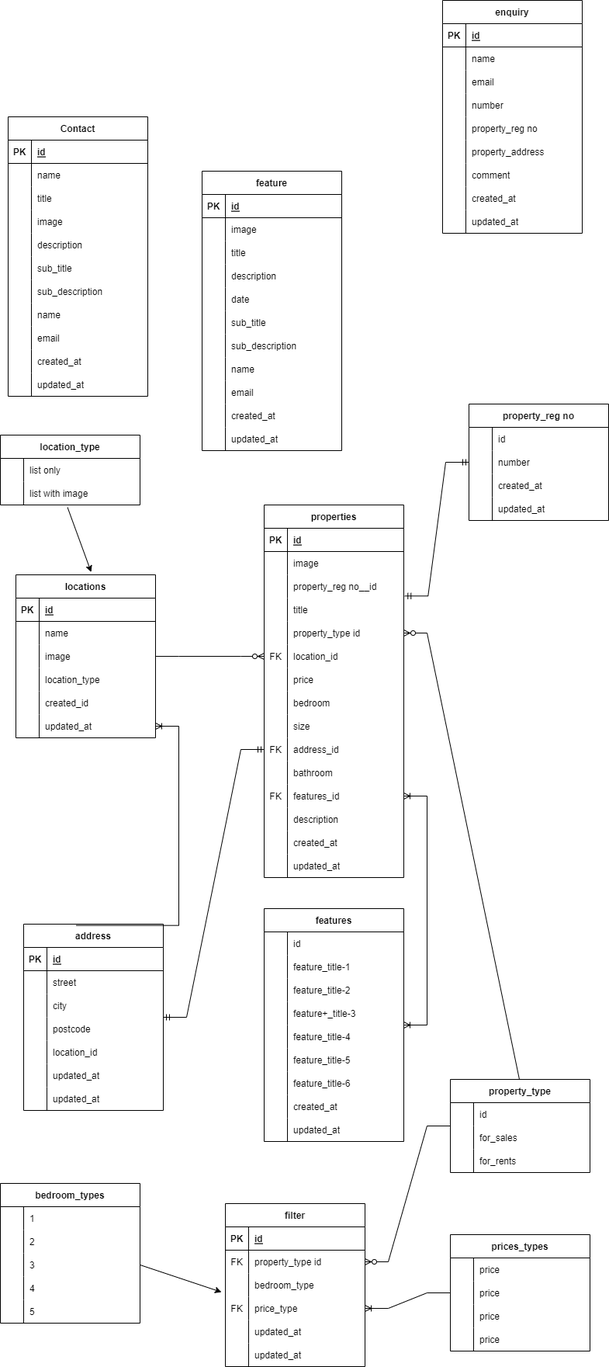
This is Estate database diagram.drawio.png from cullkid/text-animation, a draw.io export, as it was before one commit. Source tidied: cells renumbered, new cells last; positions are measured from the earlier drawing's top-left corner, leaving out a move shared by most shapes.
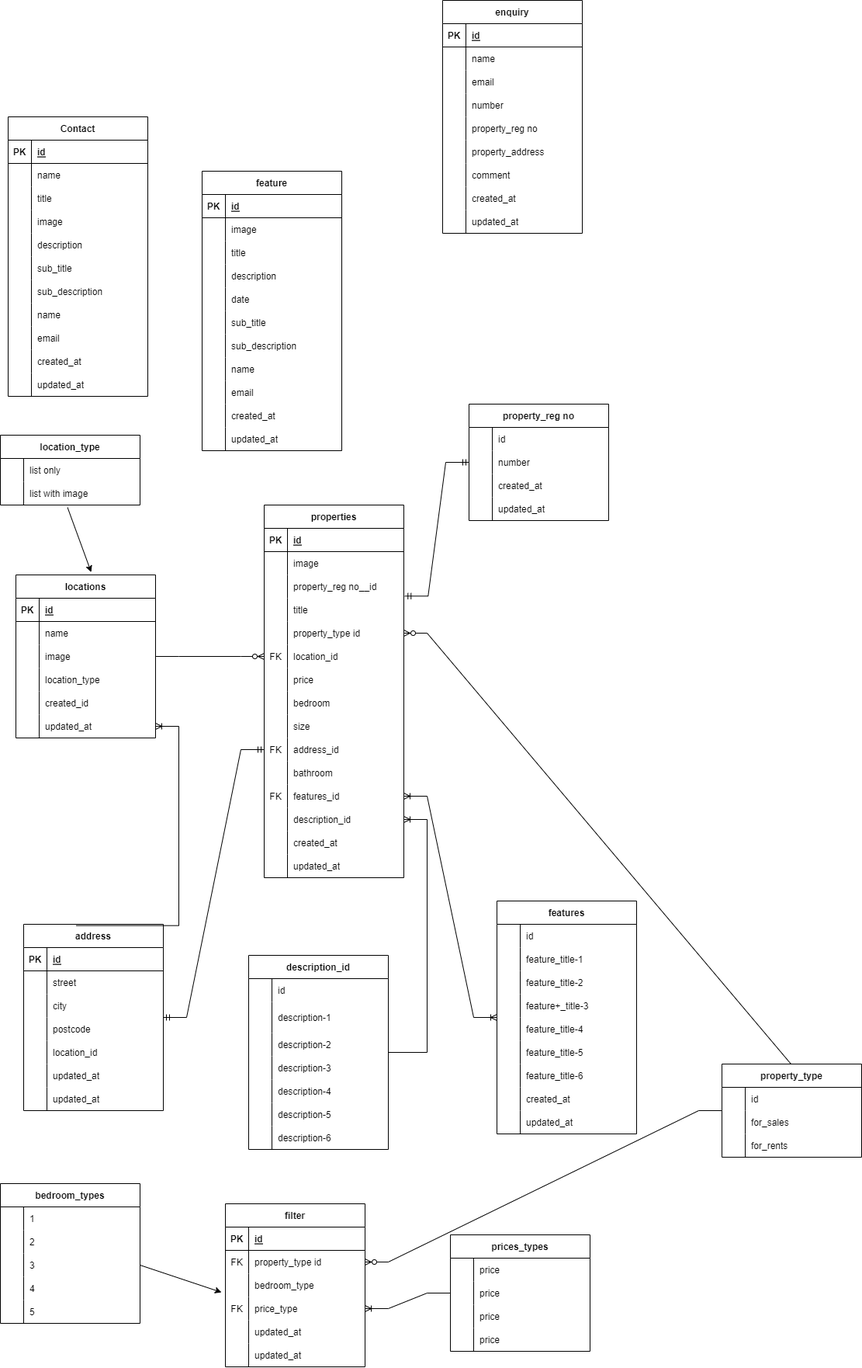
Later version of the same file.

What changed in the source:
```diff
@@ -119,7 +119,7 @@
     <mxCell id="40" style="shape=partialRectangle;fillColor=none;top=0;left=0;bottom=0;right=0;overflow=hidden;" parent="39" vertex="1">
       <mxGeometry width="30" height="30" as="geometry" />
     </mxCell>
-    <mxCell id="41" value="description" style="shape=partialRectangle;fillColor=none;top=0;left=0;bottom=0;right=0;align=left;spacingLeft=6;overflow=hidden;" parent="39" vertex="1">
+    <mxCell id="41" value="description_id" style="shape=partialRectangle;fillColor=none;top=0;left=0;bottom=0;right=0;align=left;spacingLeft=6;overflow=hidden;" parent="39" vertex="1">
       <mxGeometry x="30" width="150" height="30" as="geometry" />
     </mxCell>
     <mxCell id="42" style="shape=tableRow;horizontal=0;startSize=0;swimlaneHead=0;swimlaneBody=0;fillColor=none;top=0;left=0;right=0;bottom=0;" parent="2" vertex="1">
@@ -297,7 +297,7 @@
       <mxGeometry relative="1" as="geometry" />
     </mxCell>
     <mxCell id="100" value="features" style="shape=table;startSize=30;rowLines=0;fontStyle=1;align=center;" parent="1" vertex="1">
-      <mxGeometry x="340" y="1170" width="180" height="300" as="geometry" />
+      <mxGeometry x="640" y="1160" width="180" height="300" as="geometry" />
     </mxCell>
     <mxCell id="101" style="shape=tableRow;horizontal=0;startSize=0;swimlaneHead=0;swimlaneBody=0;fillColor=none;top=0;left=0;right=0;bottom=0;" parent="100" vertex="1">
       <mxGeometry y="30" width="180" height="30" as="geometry" />
@@ -627,7 +627,7 @@
       <mxGeometry x="30" width="150" height="30" as="geometry" />
     </mxCell>
     <mxCell id="210" value="property_type" style="shape=table;startSize=30;rowLines=0;fontStyle=1;align=center;" parent="1" vertex="1">
-      <mxGeometry x="580" y="1390" width="180" height="120" as="geometry" />
+      <mxGeometry x="930" y="1370" width="180" height="120" as="geometry" />
     </mxCell>
     <mxCell id="211" style="shape=tableRow;horizontal=0;startSize=0;swimlaneHead=0;swimlaneBody=0;fillColor=none;top=0;left=0;right=0;bottom=0;" parent="210" vertex="1">
       <mxGeometry y="30" width="180" height="30" as="geometry" />
@@ -899,5 +899,74 @@
     <mxCell id="300" style="edgeStyle=entityRelationEdgeStyle;fontSize=12;html=1;endArrow=ERmandOne;startArrow=ERmandOne;rounded=0;exitX=1.007;exitY=0.91;exitDx=0;exitDy=0;exitPerimeter=0;" parent="1" edge="1" source="9" target="287">
       <mxGeometry relative="1" as="geometry" />
     </mxCell>
+    <mxCell id="301" value="description_id" style="shape=table;startSize=30;rowLines=0;fontStyle=1;align=center;" parent="1" vertex="1">
+      <mxGeometry x="320" y="1230" width="180" height="250" as="geometry" />
+    </mxCell>
+    <mxCell id="302" style="shape=tableRow;horizontal=0;startSize=0;swimlaneHead=0;swimlaneBody=0;fillColor=none;top=0;left=0;right=0;bottom=0;" parent="301" vertex="1">
+      <mxGeometry y="30" width="180" height="30" as="geometry" />
+    </mxCell>
+    <mxCell id="303" style="shape=partialRectangle;fillColor=none;top=0;left=0;bottom=0;right=0;overflow=hidden;" parent="302" vertex="1">
+      <mxGeometry width="30" height="30" as="geometry" />
+    </mxCell>
+    <mxCell id="304" value="id" style="shape=partialRectangle;fillColor=none;top=0;left=0;bottom=0;right=0;align=left;spacingLeft=6;overflow=hidden;" parent="302" vertex="1">
+      <mxGeometry x="30" width="150" height="30" as="geometry" />
+    </mxCell>
+    <mxCell id="305" style="shape=tableRow;horizontal=0;startSize=0;swimlaneHead=0;swimlaneBody=0;fillColor=none;top=0;left=0;right=0;bottom=0;" parent="301" vertex="1">
+      <mxGeometry y="60" width="180" height="40" as="geometry" />
+    </mxCell>
+    <mxCell id="306" style="shape=partialRectangle;fillColor=none;top=0;left=0;bottom=0;right=0;overflow=hidden;" parent="305" vertex="1">
+      <mxGeometry width="30" height="40" as="geometry" />
+    </mxCell>
+    <mxCell id="307" value="description-1" style="shape=partialRectangle;fillColor=none;top=0;left=0;bottom=0;right=0;align=left;spacingLeft=6;overflow=hidden;" parent="305" vertex="1">
+      <mxGeometry x="30" width="150" height="40" as="geometry" />
+    </mxCell>
+    <mxCell id="308" style="shape=tableRow;horizontal=0;startSize=0;swimlaneHead=0;swimlaneBody=0;fillColor=none;top=0;left=0;right=0;bottom=0;" parent="301" vertex="1">
+      <mxGeometry y="100" width="180" height="30" as="geometry" />
+    </mxCell>
+    <mxCell id="309" style="shape=partialRectangle;fillColor=none;top=0;left=0;bottom=0;right=0;overflow=hidden;" parent="308" vertex="1">
+      <mxGeometry width="30" height="30" as="geometry" />
+    </mxCell>
+    <mxCell id="310" value="description-2" style="shape=partialRectangle;fillColor=none;top=0;left=0;bottom=0;right=0;align=left;spacingLeft=6;overflow=hidden;" parent="308" vertex="1">
+      <mxGeometry x="30" width="150" height="30" as="geometry" />
+    </mxCell>
+    <mxCell id="311" style="shape=tableRow;horizontal=0;startSize=0;swimlaneHead=0;swimlaneBody=0;fillColor=none;top=0;left=0;right=0;bottom=0;" parent="301" vertex="1">
+      <mxGeometry y="130" width="180" height="30" as="geometry" />
+    </mxCell>
+    <mxCell id="312" style="shape=partialRectangle;fillColor=none;top=0;left=0;bottom=0;right=0;overflow=hidden;" parent="311" vertex="1">
+      <mxGeometry width="30" height="30" as="geometry" />
+    </mxCell>
+    <mxCell id="313" value="description-3" style="shape=partialRectangle;fillColor=none;top=0;left=0;bottom=0;right=0;align=left;spacingLeft=6;overflow=hidden;" parent="311" vertex="1">
+      <mxGeometry x="30" width="150" height="30" as="geometry" />
+    </mxCell>
+    <mxCell id="314" style="shape=tableRow;horizontal=0;startSize=0;swimlaneHead=0;swimlaneBody=0;fillColor=none;top=0;left=0;right=0;bottom=0;" parent="301" vertex="1">
+      <mxGeometry y="160" width="180" height="30" as="geometry" />
+    </mxCell>
+    <mxCell id="315" style="shape=partialRectangle;fillColor=none;top=0;left=0;bottom=0;right=0;overflow=hidden;" parent="314" vertex="1">
+      <mxGeometry width="30" height="30" as="geometry" />
+    </mxCell>
+    <mxCell id="316" value="description-4" style="shape=partialRectangle;fillColor=none;top=0;left=0;bottom=0;right=0;align=left;spacingLeft=6;overflow=hidden;" parent="314" vertex="1">
+      <mxGeometry x="30" width="150" height="30" as="geometry" />
+    </mxCell>
+    <mxCell id="317" style="shape=tableRow;horizontal=0;startSize=0;swimlaneHead=0;swimlaneBody=0;fillColor=none;top=0;left=0;right=0;bottom=0;" parent="301" vertex="1">
+      <mxGeometry y="190" width="180" height="30" as="geometry" />
+    </mxCell>
+    <mxCell id="318" style="shape=partialRectangle;fillColor=none;top=0;left=0;bottom=0;right=0;overflow=hidden;" parent="317" vertex="1">
+      <mxGeometry width="30" height="30" as="geometry" />
+    </mxCell>
+    <mxCell id="319" value="description-5" style="shape=partialRectangle;fillColor=none;top=0;left=0;bottom=0;right=0;align=left;spacingLeft=6;overflow=hidden;" parent="317" vertex="1">
+      <mxGeometry x="30" width="150" height="30" as="geometry" />
+    </mxCell>
+    <mxCell id="320" style="shape=tableRow;horizontal=0;startSize=0;swimlaneHead=0;swimlaneBody=0;fillColor=none;top=0;left=0;right=0;bottom=0;" parent="301" vertex="1">
+      <mxGeometry y="220" width="180" height="30" as="geometry" />
+    </mxCell>
+    <mxCell id="321" style="shape=partialRectangle;fillColor=none;top=0;left=0;bottom=0;right=0;overflow=hidden;" parent="320" vertex="1">
+      <mxGeometry width="30" height="30" as="geometry" />
+    </mxCell>
+    <mxCell id="322" value="description-6" style="shape=partialRectangle;fillColor=none;top=0;left=0;bottom=0;right=0;align=left;spacingLeft=6;overflow=hidden;" parent="320" vertex="1">
+      <mxGeometry x="30" width="150" height="30" as="geometry" />
+    </mxCell>
+    <mxCell id="323" style="edgeStyle=entityRelationEdgeStyle;fontSize=12;html=1;endArrow=ERoneToMany;rounded=0;" parent="1" edge="1" source="301" target="39">
+      <mxGeometry relative="1" as="geometry" />
+    </mxCell>
   </root>
 </mxGraphModel>
```
